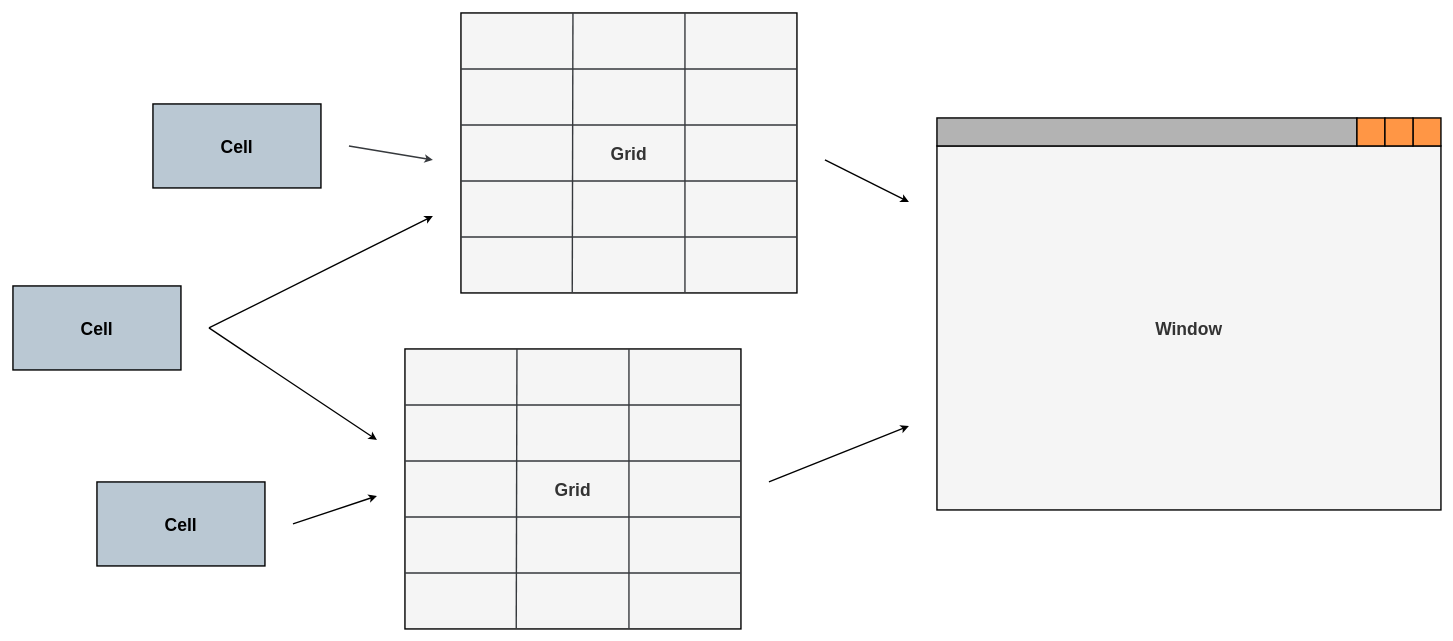
Earlier version of the draw.io diagram docs/assets/drawio/wgc-model.drawio (fraawlen/cassette). Source tidied: cells renumbered, new cells numbered last; positions are measured from the earlier drawing's top-left corner, leaving out a move shared by most shapes. Both pictures are drawn from the tidied source at 70%, with x=0, y=0 at pixel (13, 13).
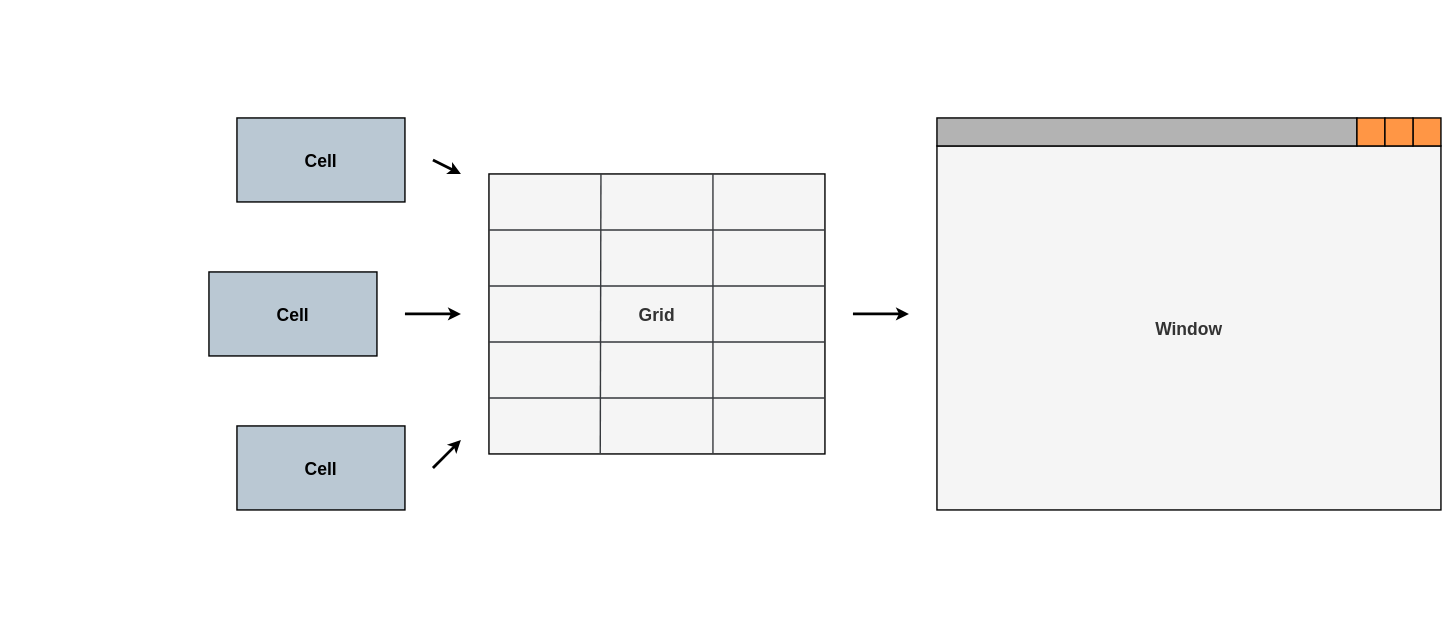
The same diagram, later.

What changed in the source:
```diff
@@
-<mxGraphModel>
+<mxGraphModel background="#FFFFFF">
@@
     <mxCell id="2" value="Cell" style="rounded=0;whiteSpace=wrap;html=1;fontSize=25;fillColor=#bac8d3;strokeColor=#000000;strokeWidth=2;fontStyle=1;" parent="1" vertex="1">
-      <mxGeometry x="120" y="670" width="240" height="120" as="geometry" />
+      <mxGeometry x="320" y="590" width="240" height="120" as="geometry" />
     </mxCell>
     <mxCell id="3" value="Grid" style="rounded=0;whiteSpace=wrap;html=1;fontSize=25;strokeWidth=2;fillColor=#f5f5f5;fontColor=#333333;strokeColor=#000000;fontStyle=1;" parent="1" vertex="1">
-      <mxGeometry x="640" width="480" height="400" as="geometry" />
+      <mxGeometry x="680" y="230" width="480" height="400" as="geometry" />
     </mxCell>
     <mxCell id="4" style="endArrow=none;html=1;rounded=0;fontSize=25;fillColor=#f9f7ed;strokeColor=#36393d;strokeWidth=2;fontStyle=1;" parent="1" edge="1">
       <mxGeometry relative="1" as="geometry">
-        <mxPoint x="800" as="sourcePoint" />
-        <mxPoint x="799" y="399" as="targetPoint" />
+        <mxPoint x="840" y="230" as="sourcePoint" />
+        <mxPoint x="839" y="629" as="targetPoint" />
       </mxGeometry>
     </mxCell>
     <mxCell id="5" style="endArrow=none;html=1;rounded=0;fontSize=25;fillColor=#f9f7ed;strokeColor=#36393d;strokeWidth=2;fontStyle=1;" parent="1" edge="1">
       <mxGeometry relative="1" as="geometry">
-        <mxPoint x="960" as="sourcePoint" />
-        <mxPoint x="960" y="399" as="targetPoint" />
+        <mxPoint x="1000" y="230" as="sourcePoint" />
+        <mxPoint x="1000" y="629" as="targetPoint" />
       </mxGeometry>
     </mxCell>
     <mxCell id="6" style="endArrow=none;html=1;rounded=0;fontSize=25;fillColor=#f9f7ed;strokeColor=#36393d;strokeWidth=2;fontStyle=1;" parent="1" edge="1">
       <mxGeometry relative="1" as="geometry">
-        <mxPoint x="640" y="320" as="sourcePoint" />
-        <mxPoint x="1120" y="320" as="targetPoint" />
+        <mxPoint x="680" y="550" as="sourcePoint" />
+        <mxPoint x="1160" y="550" as="targetPoint" />
       </mxGeometry>
     </mxCell>
     <mxCell id="7" style="endArrow=none;html=1;rounded=0;fontSize=25;fillColor=#f9f7ed;strokeColor=#36393d;strokeWidth=2;fontStyle=1;" parent="1" edge="1">
       <mxGeometry relative="1" as="geometry">
-        <mxPoint x="640" y="240" as="sourcePoint" />
-        <mxPoint x="1120" y="240" as="targetPoint" />
+        <mxPoint x="680" y="470" as="sourcePoint" />
+        <mxPoint x="1160" y="470" as="targetPoint" />
       </mxGeometry>
     </mxCell>
     <mxCell id="8" style="endArrow=none;html=1;rounded=0;fontSize=25;fillColor=#f9f7ed;strokeColor=#36393d;strokeWidth=2;fontStyle=1;" parent="1" edge="1">
       <mxGeometry relative="1" as="geometry">
-        <mxPoint x="640" y="80" as="sourcePoint" />
-        <mxPoint x="1120" y="80" as="targetPoint" />
+        <mxPoint x="680" y="310" as="sourcePoint" />
+        <mxPoint x="1160" y="310" as="targetPoint" />
       </mxGeometry>
     </mxCell>
     <mxCell id="9" style="endArrow=none;html=1;rounded=0;fontSize=25;fillColor=#f9f7ed;strokeColor=#36393d;strokeWidth=2;fontStyle=1;" parent="1" edge="1">
       <mxGeometry relative="1" as="geometry">
-        <mxPoint x="640" y="160" as="sourcePoint" />
-        <mxPoint x="1120" y="160" as="targetPoint" />
+        <mxPoint x="680" y="390" as="sourcePoint" />
+        <mxPoint x="1160" y="390" as="targetPoint" />
       </mxGeometry>
     </mxCell>
@@
     <mxCell id="15" value="Cell" style="rounded=0;whiteSpace=wrap;html=1;fontSize=25;fillColor=#bac8d3;strokeColor=#000000;strokeWidth=2;fontStyle=1;" parent="1" vertex="1">
-      <mxGeometry y="390" width="240" height="120" as="geometry" />
+      <mxGeometry x="280" y="370" width="240" height="120" as="geometry" />
     </mxCell>
     <mxCell id="16" value="Cell" style="rounded=0;whiteSpace=wrap;html=1;fontSize=25;fillColor=#bac8d3;strokeColor=#000000;strokeWidth=2;fontStyle=1;" parent="1" vertex="1">
-      <mxGeometry x="200" y="130" width="240" height="120" as="geometry" />
+      <mxGeometry x="320" y="150" width="240" height="120" as="geometry" />
     </mxCell>
-    <mxCell id="17" style="endArrow=classic;html=1;rounded=0;fontSize=25;strokeWidth=2;fontStyle=1;" parent="1" edge="1">
-      <mxGeometry relative="1" as="geometry">
-        <mxPoint x="280" y="450" as="sourcePoint" />
-        <mxPoint x="600" y="290" as="targetPoint" />
-      </mxGeometry>
-    </mxCell>
-    <mxCell id="18" style="endArrow=classic;html=1;rounded=0;fontSize=25;strokeWidth=2;fontStyle=1;" parent="1" edge="1">
+    <mxCell id="18" style="endArrow=classic;html=1;rounded=0;fontSize=25;strokeWidth=4;fontStyle=1;strokeColor=#000000;" parent="1" edge="1">
       <mxGeometry relative="1" as="geometry">
-        <mxPoint x="280" y="450" as="sourcePoint" />
-        <mxPoint x="520" y="610" as="targetPoint" />
+        <mxPoint x="560" y="430" as="sourcePoint" />
+        <mxPoint x="640" y="430" as="targetPoint" />
       </mxGeometry>
     </mxCell>
-    <mxCell id="19" style="endArrow=classic;html=1;rounded=0;fontSize=25;strokeWidth=2;fontStyle=1;" parent="1" edge="1">
+    <mxCell id="19" style="endArrow=classic;html=1;rounded=0;fontSize=25;strokeWidth=4;fontStyle=1;strokeColor=#000000;" parent="1" edge="1">
       <mxGeometry relative="1" as="geometry">
-        <mxPoint x="400" y="730" as="sourcePoint" />
-        <mxPoint x="520" y="690" as="targetPoint" />
+        <mxPoint x="600" y="650" as="sourcePoint" />
+        <mxPoint x="640" y="610" as="targetPoint" />
       </mxGeometry>
     </mxCell>
-    <mxCell id="20" style="endArrow=classic;html=1;rounded=0;fontSize=25;fillColor=#f9f7ed;strokeColor=#36393d;strokeWidth=2;fontStyle=1;" parent="1" edge="1">
+    <mxCell id="20" style="endArrow=classic;html=1;rounded=0;fontSize=25;fillColor=#f9f7ed;strokeColor=#000000;strokeWidth=4;fontStyle=1;" parent="1" edge="1">
       <mxGeometry relative="1" as="geometry">
-        <mxPoint x="480" y="190" as="sourcePoint" />
-        <mxPoint x="600" y="210" as="targetPoint" />
+        <mxPoint x="600" y="210" as="sourcePoint" />
+        <mxPoint x="640" y="230" as="targetPoint" />
       </mxGeometry>
     </mxCell>
-    <mxCell id="21" value="&lt;div&gt;&lt;br&gt;&lt;/div&gt;&lt;div&gt;&lt;br&gt;&lt;/div&gt;&lt;div&gt;&lt;br&gt;&lt;/div&gt;&lt;div&gt;&lt;br&gt;&lt;/div&gt;" style="endArrow=classic;html=1;rounded=0;fontSize=25;strokeWidth=2;fontStyle=1;" parent="1" edge="1">
+    <mxCell id="21" value="&lt;div&gt;&lt;br&gt;&lt;/div&gt;&lt;div&gt;&lt;br&gt;&lt;/div&gt;&lt;div&gt;&lt;br&gt;&lt;/div&gt;&lt;div&gt;&lt;br&gt;&lt;/div&gt;" style="endArrow=classic;html=1;rounded=0;fontSize=25;strokeWidth=4;fontStyle=1;strokeColor=#000000;" parent="1" edge="1">
       <mxGeometry relative="1" as="geometry">
-        <mxPoint x="1160" y="210" as="sourcePoint" />
-        <mxPoint x="1280" y="270" as="targetPoint" />
+        <mxPoint x="1200" y="430" as="sourcePoint" />
+        <mxPoint x="1280" y="430" as="targetPoint" />
       </mxGeometry>
     </mxCell>
-    <mxCell id="22" value="&lt;div&gt;&lt;br&gt;&lt;/div&gt;&lt;div&gt;&lt;br&gt;&lt;/div&gt;&lt;div&gt;&lt;br&gt;&lt;/div&gt;&lt;div&gt;&lt;br&gt;&lt;/div&gt;&lt;div&gt;&lt;br&gt;&lt;/div&gt;&lt;div&gt;&lt;br&gt;&lt;/div&gt;&lt;div&gt;&lt;br&gt;&lt;/div&gt;&lt;div&gt;&lt;br&gt;&lt;/div&gt;&lt;div&gt;&lt;br&gt;&lt;/div&gt;&lt;div&gt;&lt;br&gt;&lt;/div&gt;&lt;div&gt;&lt;br&gt;&lt;/div&gt;&lt;div&gt;&lt;br&gt;&lt;/div&gt;&lt;div&gt;&lt;br&gt;&lt;/div&gt;" style="endArrow=classic;html=1;rounded=0;fontSize=25;strokeWidth=2;fontStyle=1;" parent="1" edge="1">
-      <mxGeometry relative="1" as="geometry">
-        <mxPoint x="1080" y="670" as="sourcePoint" />
-        <mxPoint x="1280" y="590" as="targetPoint" />
-      </mxGeometry>
-    </mxCell>
-    <mxCell id="23" value="Grid" style="rounded=0;whiteSpace=wrap;html=1;fontSize=25;strokeWidth=2;fillColor=#f5f5f5;fontColor=#333333;strokeColor=#000000;fontStyle=1;" parent="1" vertex="1">
-      <mxGeometry x="560" y="480" width="480" height="400" as="geometry" />
-    </mxCell>
-    <mxCell id="24" style="endArrow=none;html=1;rounded=0;fontSize=25;fillColor=#f9f7ed;strokeColor=#36393d;strokeWidth=2;fontStyle=1;" parent="1" edge="1">
-      <mxGeometry relative="1" as="geometry">
-        <mxPoint x="720" y="480" as="sourcePoint" />
-        <mxPoint x="719" y="879" as="targetPoint" />
-      </mxGeometry>
-    </mxCell>
-    <mxCell id="25" style="endArrow=none;html=1;rounded=0;fontSize=25;fillColor=#f9f7ed;strokeColor=#36393d;strokeWidth=2;fontStyle=1;" parent="1" edge="1">
-      <mxGeometry relative="1" as="geometry">
-        <mxPoint x="880" y="480" as="sourcePoint" />
-        <mxPoint x="880" y="879" as="targetPoint" />
-      </mxGeometry>
-    </mxCell>
-    <mxCell id="26" style="endArrow=none;html=1;rounded=0;fontSize=25;fillColor=#f9f7ed;strokeColor=#36393d;strokeWidth=2;fontStyle=1;" parent="1" edge="1">
-      <mxGeometry relative="1" as="geometry">
-        <mxPoint x="560" y="800" as="sourcePoint" />
-        <mxPoint x="1040" y="800" as="targetPoint" />
-      </mxGeometry>
-    </mxCell>
-    <mxCell id="27" style="endArrow=none;html=1;rounded=0;fontSize=25;fillColor=#f9f7ed;strokeColor=#36393d;strokeWidth=2;fontStyle=1;" parent="1" edge="1">
-      <mxGeometry relative="1" as="geometry">
-        <mxPoint x="560" y="720" as="sourcePoint" />
-        <mxPoint x="1040" y="720" as="targetPoint" />
-      </mxGeometry>
-    </mxCell>
-    <mxCell id="28" style="endArrow=none;html=1;rounded=0;fontSize=25;fillColor=#f9f7ed;strokeColor=#36393d;strokeWidth=2;fontStyle=1;" parent="1" edge="1">
-      <mxGeometry relative="1" as="geometry">
-        <mxPoint x="560" y="560" as="sourcePoint" />
-        <mxPoint x="1040" y="560" as="targetPoint" />
-      </mxGeometry>
-    </mxCell>
-    <mxCell id="29" style="endArrow=none;html=1;rounded=0;fontSize=25;fillColor=#f9f7ed;strokeColor=#36393d;strokeWidth=2;fontStyle=1;" parent="1" edge="1">
-      <mxGeometry relative="1" as="geometry">
-        <mxPoint x="560" y="640" as="sourcePoint" />
-        <mxPoint x="1040" y="640" as="targetPoint" />
-      </mxGeometry>
-    </mxCell>
```
